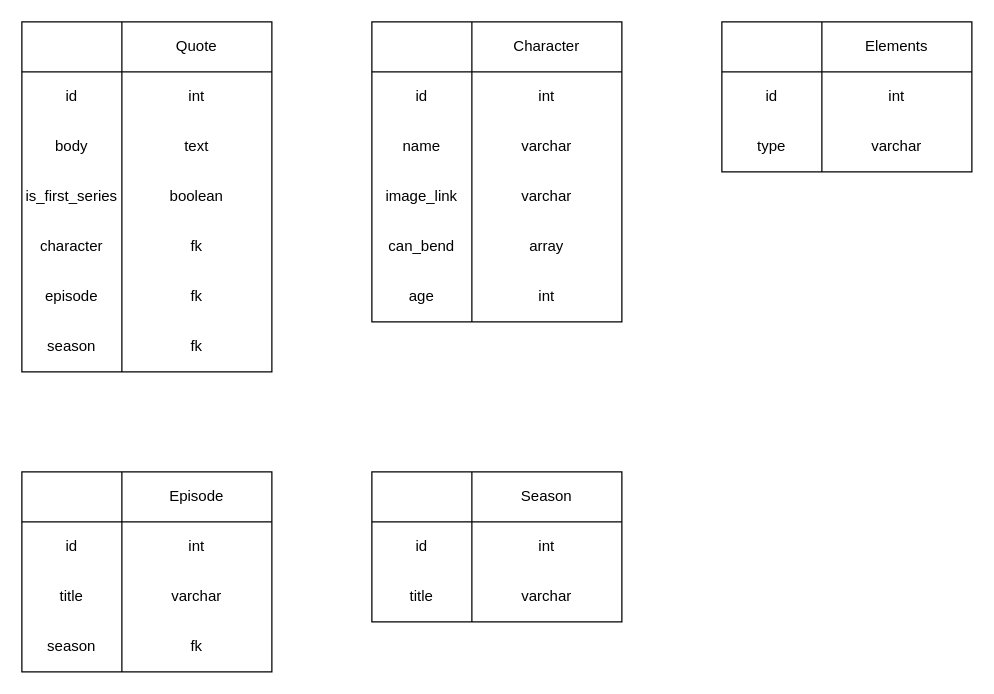
This is wireframes/schemas.drawio from CB721/avatar-api, a draw.io file, before an edit. Source tidied: cells renumbered, new cells numbered last; positions are measured from the earlier drawing's top-left corner, leaving out a move shared by most shapes. Both pictures are drawn from the tidied source at 125%, with x=0, y=0 at pixel (21, 21).
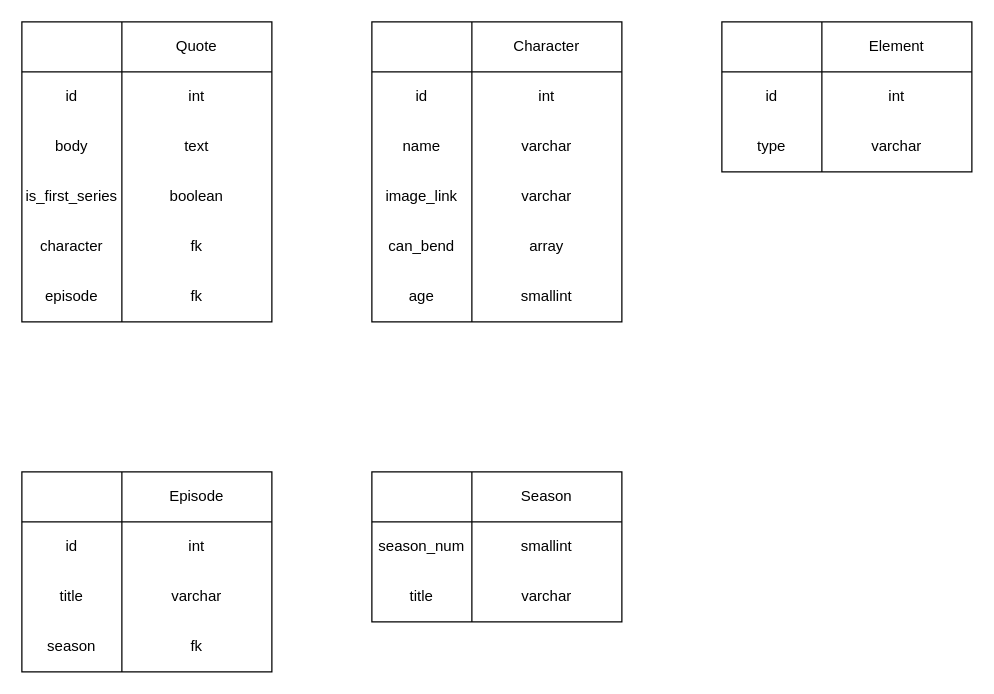
The same page after the edit.

Commit message (it also covers changes not shown here):
Schemas and initial folders

What changed in the source:
```diff
@@
     <mxCell id="2" style="shape=internalStorage;whiteSpace=wrap;html=1;backgroundOutline=1;dx=80;dy=40;" parent="1" vertex="1">
-      <mxGeometry width="200" height="280" as="geometry" />
+      <mxGeometry width="200" height="240" as="geometry" />
     </mxCell>
@@
-    <mxCell id="10" value="season" style="text;html=1;strokeColor=none;fillColor=none;align=center;verticalAlign=middle;whiteSpace=wrap;rounded=0;" parent="1" vertex="1">
-      <mxGeometry y="240" width="80" height="40" as="geometry" />
-    </mxCell>
-    <mxCell id="11" value="fk" style="text;html=1;strokeColor=none;fillColor=none;align=center;verticalAlign=middle;whiteSpace=wrap;rounded=0;" parent="1" vertex="1">
-      <mxGeometry x="80" y="240" width="120" height="40" as="geometry" />
-    </mxCell>
@@
-    <mxCell id="23" value="int" style="text;html=1;strokeColor=none;fillColor=none;align=center;verticalAlign=middle;whiteSpace=wrap;rounded=0;" parent="1" vertex="1">
+    <mxCell id="23" value="smallint" style="text;html=1;strokeColor=none;fillColor=none;align=center;verticalAlign=middle;whiteSpace=wrap;rounded=0;" parent="1" vertex="1">
       <mxGeometry x="360" y="200" width="120" height="40" as="geometry" />
     </mxCell>
@@
-    <mxCell id="29" value="Elements" style="text;html=1;strokeColor=none;fillColor=none;align=center;verticalAlign=middle;whiteSpace=wrap;rounded=0;" parent="1" vertex="1">
+    <mxCell id="29" value="Element" style="text;html=1;strokeColor=none;fillColor=none;align=center;verticalAlign=middle;whiteSpace=wrap;rounded=0;" parent="1" vertex="1">
       <mxGeometry x="640" width="120" height="40" as="geometry" />
     </mxCell>
@@
-    <mxCell id="45" value="id" style="text;html=1;strokeColor=none;fillColor=none;align=center;verticalAlign=middle;whiteSpace=wrap;rounded=0;" parent="1" vertex="1">
+    <mxCell id="45" value="season_num" style="text;html=1;strokeColor=none;fillColor=none;align=center;verticalAlign=middle;whiteSpace=wrap;rounded=0;" parent="1" vertex="1">
       <mxGeometry x="280" y="400" width="80" height="40" as="geometry" />
     </mxCell>
-    <mxCell id="46" value="int" style="text;html=1;strokeColor=none;fillColor=none;align=center;verticalAlign=middle;whiteSpace=wrap;rounded=0;" parent="1" vertex="1">
+    <mxCell id="46" value="smallint" style="text;html=1;strokeColor=none;fillColor=none;align=center;verticalAlign=middle;whiteSpace=wrap;rounded=0;" parent="1" vertex="1">
       <mxGeometry x="360" y="400" width="120" height="40" as="geometry" />
     </mxCell>
```
